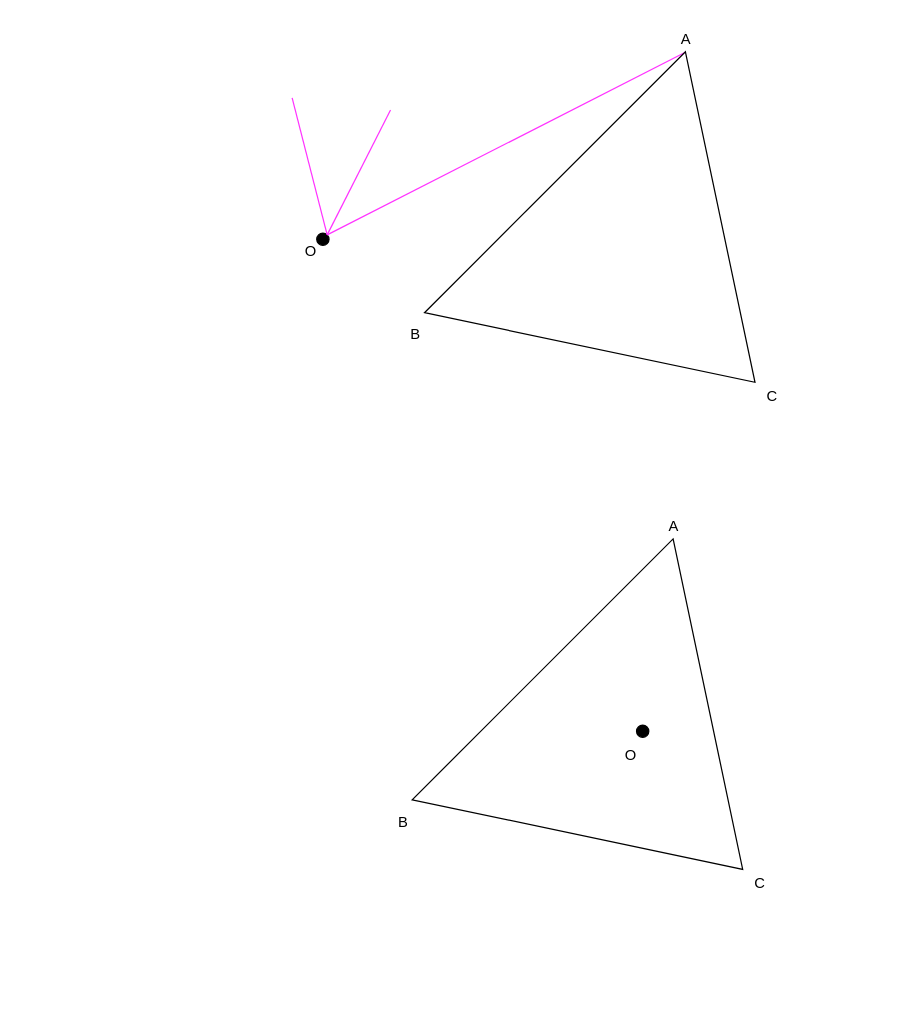
Earlier version of the draw.io diagram 未命名绘图.drawio (WongSilver/draw.io). Source tidied: cells renumbered, new cells numbered last; positions are measured from the earlier drawing's top-left corner, leaving out a move shared by most shapes. Both pictures are drawn from the tidied source at 123%, with x=0, y=0 at pixel (292, 21).
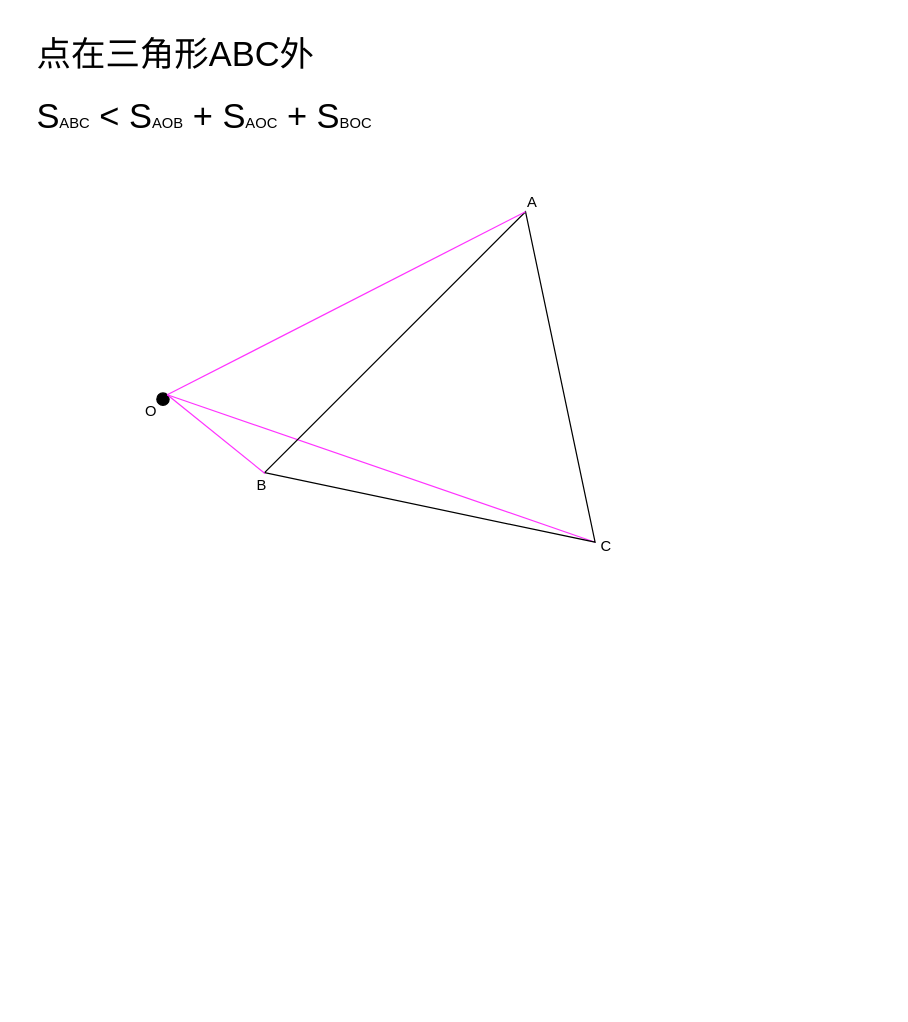
Above is the later version.

Commit message:
draw: 点在三角形外.drawio

The edit, as a diff of the source:
```diff
@@
 <mxGraphModel>
   <root>
     <mxCell id="0" />
     <mxCell id="1" parent="0" />
     <mxCell id="2" value="A" style="text;html=1;align=center;verticalAlign=middle;strokeColor=none;fillColor=none;" parent="1" vertex="1">
-      <mxGeometry x="305" width="30" height="30" as="geometry" />
+      <mxGeometry x="180" y="132" width="30" height="30" as="geometry" />
     </mxCell>
     <mxCell id="3" style="ellipse;fillColor=#000000;" parent="1" vertex="1">
-      <mxGeometry x="20" y="172" width="10" height="10" as="geometry" />
+      <mxGeometry x="-110" y="302" width="10" height="10" as="geometry" />
     </mxCell>
     <mxCell id="4" value="B" style="text;html=1;align=center;verticalAlign=middle;strokeColor=none;fillColor=none;" parent="1" vertex="1">
-      <mxGeometry x="85" y="240" width="30" height="30" as="geometry" />
+      <mxGeometry x="-40" y="362" width="30" height="30" as="geometry" />
     </mxCell>
     <mxCell id="5" value="C" style="text;html=1;align=center;verticalAlign=middle;strokeColor=none;fillColor=none;" parent="1" vertex="1">
-      <mxGeometry x="375" y="290" width="30" height="30" as="geometry" />
+      <mxGeometry x="240" y="412" width="30" height="30" as="geometry" />
     </mxCell>
-    <mxCell id="6" style="triangle;whiteSpace=wrap;html=1;rotation=45;fillColor=none;" parent="1" vertex="1">
-      <mxGeometry x="170" y="458" width="230" height="300" as="geometry" />
-    </mxCell>
-    <mxCell id="7" style="endArrow=none;html=1;rounded=0;strokeColor=#FF33FF;exitX=0.95;exitY=0.049;exitDx=0;exitDy=0;exitPerimeter=0;entryX=0.001;entryY=0.001;entryDx=0;entryDy=0;entryPerimeter=0;" parent="1" edge="1" source="14" target="13">
+    <mxCell id="7" style="endArrow=none;html=1;rounded=0;strokeColor=#FF33FF;exitX=0.95;exitY=0.049;exitDx=0;exitDy=0;exitPerimeter=0;entryX=1;entryY=0.5;entryDx=0;entryDy=0;" parent="1" edge="1" source="14" target="13">
       <mxGeometry relative="1" as="geometry" />
     </mxCell>
-    <mxCell id="8" style="ellipse;fillColor=#000000;" parent="1" vertex="1">
-      <mxGeometry x="280" y="572" width="10" height="10" as="geometry" />
-    </mxCell>
-    <mxCell id="9" value="A" style="text;html=1;align=center;verticalAlign=middle;strokeColor=none;fillColor=none;" parent="1" vertex="1">
-      <mxGeometry x="295" y="396" width="30" height="30" as="geometry" />
-    </mxCell>
-    <mxCell id="10" value="B" style="text;html=1;align=center;verticalAlign=middle;strokeColor=none;fillColor=none;" parent="1" vertex="1">
-      <mxGeometry x="75" y="636" width="30" height="30" as="geometry" />
-    </mxCell>
-    <mxCell id="11" value="C" style="text;html=1;align=center;verticalAlign=middle;strokeColor=none;fillColor=none;" parent="1" vertex="1">
-      <mxGeometry x="365" y="686" width="30" height="30" as="geometry" />
-    </mxCell>
-    <mxCell id="12" value="O&lt;br&gt;" style="text;html=1;align=center;verticalAlign=middle;strokeColor=none;fillColor=none;" parent="1" vertex="1">
-      <mxGeometry x="260" y="582" width="30" height="30" as="geometry" />
-    </mxCell>
     <mxCell id="13" style="triangle;whiteSpace=wrap;html=1;rotation=45;fillColor=none;" parent="1" vertex="1">
-      <mxGeometry x="180" y="62" width="230" height="300" as="geometry" />
+      <mxGeometry x="50" y="192" width="230" height="300" as="geometry" />
     </mxCell>
     <mxCell id="14" value="O&lt;br&gt;" style="text;html=1;align=center;verticalAlign=middle;points=[];strokeColor=none;fillColor=none;" parent="1" vertex="1">
-      <mxGeometry y="172" width="30" height="30" as="geometry" />
+      <mxGeometry x="-130" y="302" width="30" height="30" as="geometry" />
     </mxCell>
-    <mxCell id="15" style="endArrow=none;html=1;rounded=0;strokeColor=#FF33FF;exitX=0.95;exitY=0.049;exitDx=0;exitDy=0;exitPerimeter=0;" parent="1" edge="1" source="14">
-      <mxGeometry relative="1" as="geometry">
-        <mxPoint x="80" y="72" as="targetPoint" />
-      </mxGeometry>
+    <mxCell id="15" style="endArrow=none;html=1;rounded=0;strokeColor=#FF33FF;exitX=0.95;exitY=0.049;exitDx=0;exitDy=0;exitPerimeter=0;entryX=0;entryY=0;entryDx=0;entryDy=0;entryPerimeter=0;" parent="1" edge="1" source="14" target="13">
+      <mxGeometry relative="1" as="geometry" />
     </mxCell>
-    <mxCell id="16" style="endArrow=none;html=1;rounded=0;strokeColor=#FF33FF;exitX=0.95;exitY=0.049;exitDx=0;exitDy=0;exitPerimeter=0;" parent="1" edge="1" source="14">
-      <mxGeometry relative="1" as="geometry">
-        <mxPoint y="62" as="targetPoint" />
-      </mxGeometry>
+    <mxCell id="16" style="endArrow=none;html=1;rounded=0;strokeColor=#FF33FF;exitX=0.95;exitY=0.049;exitDx=0;exitDy=0;exitPerimeter=0;entryX=0.003;entryY=1.001;entryDx=0;entryDy=0;entryPerimeter=0;" parent="1" edge="1" source="14" target="13">
+      <mxGeometry relative="1" as="geometry" />
     </mxCell>
+    <mxCell id="17" value="&lt;font style=&quot;&quot;&gt;&lt;font style=&quot;font-size: 28px;&quot;&gt;S&lt;/font&gt;&lt;font style=&quot;font-size: 12px;&quot;&gt;ABC&lt;/font&gt;&lt;/font&gt;&lt;font style=&quot;font-size: 28px;&quot;&gt; &amp;lt; S&lt;/font&gt;&lt;font style=&quot;font-size: 12px;&quot;&gt;AOB&lt;/font&gt;&lt;font style=&quot;font-size: 28px;&quot;&gt; + S&lt;/font&gt;&lt;font style=&quot;font-size: 12px;&quot;&gt;AOC&lt;/font&gt;&lt;font style=&quot;font-size: 28px;&quot;&gt; + S&lt;/font&gt;&lt;font style=&quot;font-size: 12px;&quot;&gt;BOC&amp;nbsp;&lt;/font&gt;" style="text;html=1;align=center;verticalAlign=middle;strokeColor=none;fillColor=none;" parent="1" vertex="1">
+      <mxGeometry x="-220" y="52" width="300" height="50" as="geometry" />
+    </mxCell>
+    <mxCell id="18" value="&lt;font style=&quot;font-size: 28px;&quot;&gt;点在三角形ABC外&lt;/font&gt;" style="text;html=1;align=center;verticalAlign=middle;strokeColor=none;fillColor=none;" parent="1" vertex="1">
+      <mxGeometry x="-220" y="2" width="250" height="50" as="geometry" />
+    </mxCell>
   </root>
 </mxGraphModel>
```
